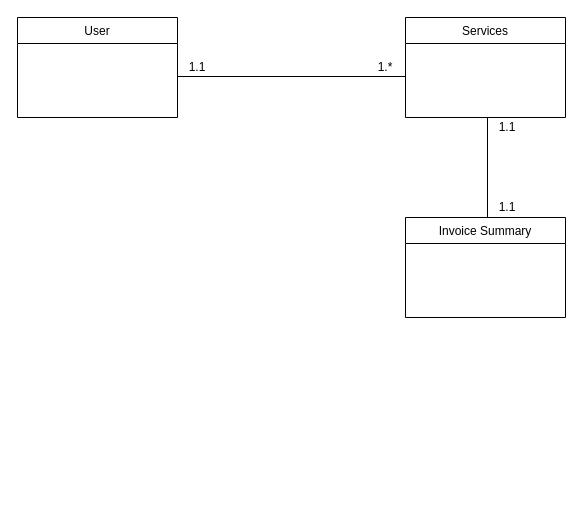
This is web-425/7.4ORD.drawio from joneskj55/wireframes, a draw.io file, before an edit. Source tidied: cells renumbered, new cells numbered last; positions are measured from the earlier drawing's top-left corner, leaving out a move shared by most shapes. Both pictures are drawn from the tidied source at 100%, with x=0, y=0 at pixel (17, 17).
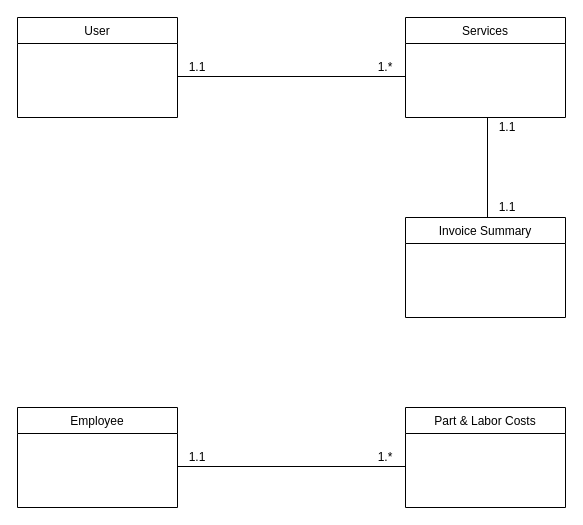
The same page after the edit.

Commit message:
add employee ord

Change to the diagram source:
```diff
@@
 <mxGraphModel>
   <root>
     <mxCell id="0" />
     <mxCell id="1" parent="0" />
     <mxCell id="2" value="User" style="swimlane;fontStyle=0;align=center;verticalAlign=top;horizontal=1;startSize=26;rounded=0;shadow=0;strokeWidth=1;" parent="1" vertex="1">
       <mxGeometry width="160" height="100" as="geometry" />
     </mxCell>
     <mxCell id="3" value="Services" style="swimlane;fontStyle=0;align=center;verticalAlign=top;horizontal=1;startSize=26;rounded=0;shadow=0;strokeWidth=1;" parent="1" vertex="1">
       <mxGeometry x="388" width="160" height="100" as="geometry" />
     </mxCell>
     <mxCell id="4" style="endArrow=none;html=1;entryX=0;entryY=0.269;entryDx=0;entryDy=0;entryPerimeter=0;" parent="1" edge="1">
       <mxGeometry relative="1" as="geometry">
         <mxPoint x="160" y="59" as="sourcePoint" />
         <mxPoint x="388" y="59" as="targetPoint" />
       </mxGeometry>
     </mxCell>
     <mxCell id="5" value="1.*" style="text;html=1;strokeColor=none;fillColor=none;align=center;verticalAlign=middle;whiteSpace=wrap;rounded=0;" parent="1" vertex="1">
       <mxGeometry x="348" y="40" width="40" height="20" as="geometry" />
     </mxCell>
     <mxCell id="6" value="1.1" style="text;html=1;strokeColor=none;fillColor=none;align=center;verticalAlign=middle;whiteSpace=wrap;rounded=0;" parent="1" vertex="1">
       <mxGeometry x="160" y="40" width="40" height="20" as="geometry" />
     </mxCell>
     <mxCell id="7" value="Invoice Summary" style="swimlane;fontStyle=0;align=center;verticalAlign=top;horizontal=1;startSize=26;rounded=0;shadow=0;strokeWidth=1;" parent="1" vertex="1">
       <mxGeometry x="388" y="200" width="160" height="100" as="geometry" />
     </mxCell>
     <mxCell id="8" style="endArrow=none;html=1;" parent="1" edge="1">
       <mxGeometry relative="1" as="geometry">
         <mxPoint x="470" y="200" as="sourcePoint" />
         <mxPoint x="470" y="100" as="targetPoint" />
       </mxGeometry>
     </mxCell>
     <mxCell id="9" value="1.1" style="text;html=1;strokeColor=none;fillColor=none;align=center;verticalAlign=middle;whiteSpace=wrap;rounded=0;" parent="1" vertex="1">
       <mxGeometry x="470" y="100" width="40" height="20" as="geometry" />
     </mxCell>
     <mxCell id="10" value="1.1" style="text;html=1;strokeColor=none;fillColor=none;align=center;verticalAlign=middle;whiteSpace=wrap;rounded=0;" parent="1" vertex="1">
       <mxGeometry x="470" y="180" width="40" height="20" as="geometry" />
     </mxCell>
+    <mxCell id="11" value="Employee" style="swimlane;fontStyle=0;align=center;verticalAlign=top;horizontal=1;startSize=26;rounded=0;shadow=0;strokeWidth=1;" parent="1" vertex="1">
+      <mxGeometry y="390" width="160" height="100" as="geometry" />
+    </mxCell>
+    <mxCell id="12" value="Part &amp; Labor Costs" style="swimlane;fontStyle=0;align=center;verticalAlign=top;horizontal=1;startSize=26;rounded=0;shadow=0;strokeWidth=1;" parent="1" vertex="1">
+      <mxGeometry x="388" y="390" width="160" height="100" as="geometry" />
+    </mxCell>
+    <mxCell id="13" style="endArrow=none;html=1;entryX=0;entryY=0.269;entryDx=0;entryDy=0;entryPerimeter=0;" parent="1" edge="1">
+      <mxGeometry relative="1" as="geometry">
+        <mxPoint x="160" y="449" as="sourcePoint" />
+        <mxPoint x="388" y="449" as="targetPoint" />
+      </mxGeometry>
+    </mxCell>
+    <mxCell id="14" value="1.*" style="text;html=1;strokeColor=none;fillColor=none;align=center;verticalAlign=middle;whiteSpace=wrap;rounded=0;" parent="1" vertex="1">
+      <mxGeometry x="348" y="430" width="40" height="20" as="geometry" />
+    </mxCell>
+    <mxCell id="15" value="1.1" style="text;html=1;strokeColor=none;fillColor=none;align=center;verticalAlign=middle;whiteSpace=wrap;rounded=0;" parent="1" vertex="1">
+      <mxGeometry x="160" y="430" width="40" height="20" as="geometry" />
+    </mxCell>
   </root>
 </mxGraphModel>
```
